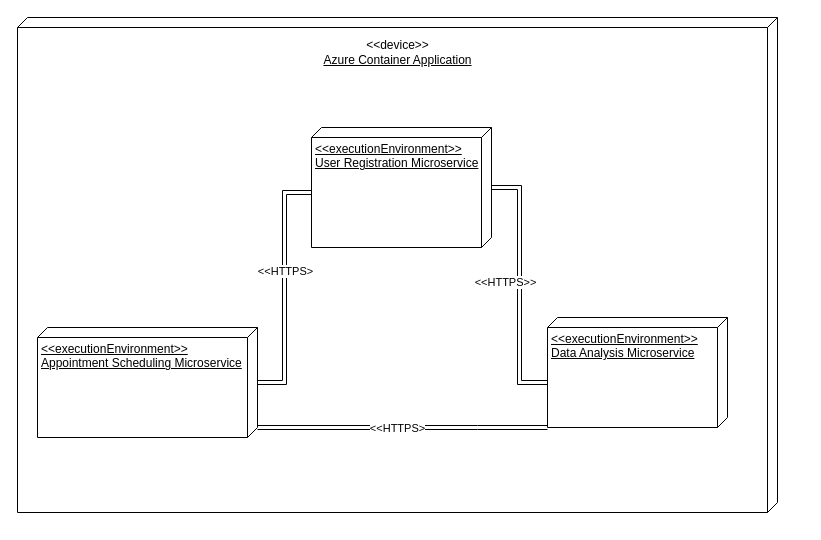
This is milestone-2/Deployment Diagram-2.drawio from uvic-teach/project-m1-team15, a draw.io file, before an edit. Source tidied: cells renumbered, new cells numbered last; positions are measured from the earlier drawing's top-left corner, leaving out a move shared by most shapes. Both pictures are drawn from the tidied source at 100%, with x=0, y=0 at pixel (17, 17).
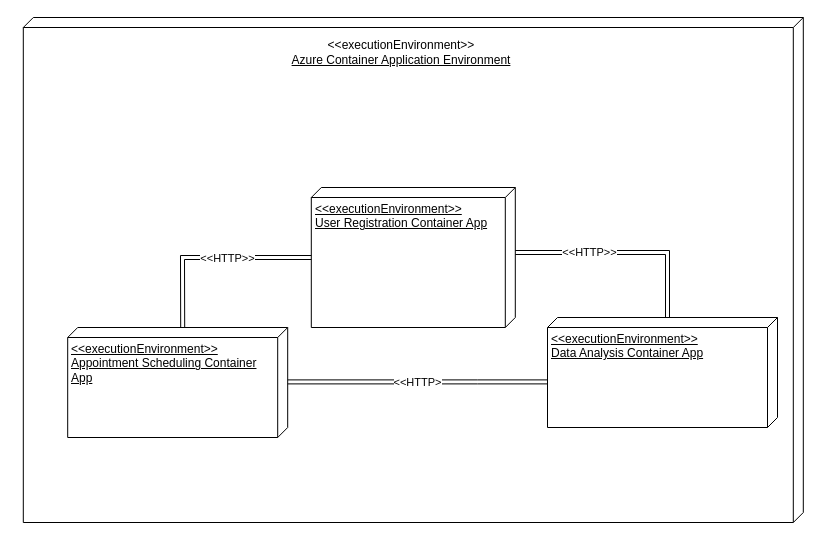
The same page after the edit.

The edit, as a diff of the source:
```diff
@@
 <mxGraphModel>
   <root>
     <mxCell id="0" />
     <mxCell id="1" parent="0" />
     <mxCell id="2" style="verticalAlign=top;align=left;spacingTop=8;spacingLeft=2;spacingRight=12;shape=cube;size=10;direction=south;fontStyle=4;html=1;whiteSpace=wrap;" parent="1" vertex="1">
-      <mxGeometry width="760" height="495" as="geometry" />
+      <mxGeometry x="5.8" width="780" height="505" as="geometry" />
     </mxCell>
-    <mxCell id="3" value="&lt;div style=&quot;&quot;&gt;&lt;span style=&quot;background-color: initial;&quot;&gt;&amp;lt;&amp;lt;executionEnvironment&amp;gt;&amp;gt;&lt;/span&gt;&lt;/div&gt;&lt;div style=&quot;&quot;&gt;&lt;span style=&quot;background-color: initial;&quot;&gt;Appointment Scheduling Microservice&lt;/span&gt;&lt;/div&gt;" style="verticalAlign=top;align=left;spacingTop=8;spacingLeft=2;spacingRight=12;shape=cube;size=10;direction=south;fontStyle=4;html=1;whiteSpace=wrap;" parent="1" vertex="1">
-      <mxGeometry x="20" y="310" width="220" height="110" as="geometry" />
+    <mxCell id="3" value="&lt;div style=&quot;&quot;&gt;&lt;span style=&quot;background-color: initial;&quot;&gt;&amp;lt;&amp;lt;executionEnvironment&amp;gt;&amp;gt;&lt;/span&gt;&lt;/div&gt;&lt;div style=&quot;&quot;&gt;&lt;span style=&quot;background-color: initial;&quot;&gt;Appointment Scheduling Container App&lt;/span&gt;&lt;/div&gt;" style="verticalAlign=top;align=left;spacingTop=8;spacingLeft=2;spacingRight=12;shape=cube;size=10;direction=south;fontStyle=4;html=1;whiteSpace=wrap;" parent="1" vertex="1">
+      <mxGeometry x="50.2" y="310" width="220" height="110" as="geometry" />
     </mxCell>
-    <mxCell id="4" value="&amp;lt;&amp;lt;executionEnvironment&amp;gt;&amp;gt;&lt;br&gt;User Registration Microservice" style="verticalAlign=top;align=left;spacingTop=8;spacingLeft=2;spacingRight=12;shape=cube;size=10;direction=south;fontStyle=4;html=1;whiteSpace=wrap;" parent="1" vertex="1">
-      <mxGeometry x="294" y="110" width="180" height="120" as="geometry" />
+    <mxCell id="4" value="&amp;lt;&amp;lt;executionEnvironment&amp;gt;&amp;gt;&lt;br&gt;User Registration Container App" style="verticalAlign=top;align=left;spacingTop=8;spacingLeft=2;spacingRight=12;shape=cube;size=10;direction=south;fontStyle=4;html=1;whiteSpace=wrap;" parent="1" vertex="1">
+      <mxGeometry x="293.8" y="170" width="204" height="140" as="geometry" />
     </mxCell>
-    <mxCell id="5" value="&amp;lt;&amp;lt;executionEnvironment&amp;gt;&amp;gt;&lt;br&gt;Data Analysis Microservice" style="verticalAlign=top;align=left;spacingTop=8;spacingLeft=2;spacingRight=12;shape=cube;size=10;direction=south;fontStyle=4;html=1;whiteSpace=wrap;" parent="1" vertex="1">
-      <mxGeometry x="530" y="300" width="180" height="110" as="geometry" />
+    <mxCell id="5" value="&amp;lt;&amp;lt;executionEnvironment&amp;gt;&amp;gt;&lt;br&gt;Data Analysis Container App" style="verticalAlign=top;align=left;spacingTop=8;spacingLeft=2;spacingRight=12;shape=cube;size=10;direction=south;fontStyle=4;html=1;whiteSpace=wrap;" parent="1" vertex="1">
+      <mxGeometry x="530" y="300" width="230" height="110" as="geometry" />
     </mxCell>
-    <mxCell id="6" value="&amp;lt;&amp;lt;device&amp;gt;&amp;gt;&lt;br style=&quot;border-color: var(--border-color); text-align: left;&quot;&gt;&lt;span style=&quot;text-align: left; text-decoration-line: underline;&quot;&gt;Azure Container Application&lt;/span&gt;" style="text;html=1;strokeColor=none;fillColor=none;align=center;verticalAlign=middle;whiteSpace=wrap;rounded=0;" parent="1" vertex="1">
-      <mxGeometry x="292.5" y="20" width="175" height="30" as="geometry" />
+    <mxCell id="6" value="&amp;lt;&amp;lt;executionEnvironment&amp;gt;&amp;gt;&lt;br style=&quot;border-color: var(--border-color); text-align: left;&quot;&gt;&lt;span style=&quot;text-align: left; text-decoration-line: underline;&quot;&gt;Azure Container Application Environment&lt;/span&gt;" style="text;html=1;strokeColor=none;fillColor=none;align=center;verticalAlign=middle;whiteSpace=wrap;rounded=0;" parent="1" vertex="1">
+      <mxGeometry x="270.2" y="20" width="227.5" height="30" as="geometry" />
     </mxCell>
-    <mxCell id="7" style="edgeStyle=orthogonalEdgeStyle;rounded=0;jettySize=auto;html=1;entryX=0;entryY=0;entryDx=65;entryDy=180;entryPerimeter=0;shape=link;" parent="1" edge="1" source="3" target="4">
-      <mxGeometry relative="1" as="geometry" />
-    </mxCell>
-    <mxCell id="8" value="&amp;lt;&amp;lt;HTTPS&amp;gt;" style="edgeLabel;html=1;align=center;verticalAlign=middle;" parent="7" vertex="1">
-      <mxGeometry x="-0.31" relative="1" as="geometry">
-        <mxPoint y="-55" as="offset" />
-      </mxGeometry>
-    </mxCell>
-    <mxCell id="9" style="edgeStyle=orthogonalEdgeStyle;rounded=0;jettySize=auto;html=1;entryX=0;entryY=0;entryDx=65;entryDy=180;entryPerimeter=0;shape=link;" parent="1" edge="1" source="4" target="5">
-      <mxGeometry relative="1" as="geometry" />
-    </mxCell>
-    <mxCell id="10" value="&amp;lt;&amp;lt;HTTPS&amp;gt;&amp;gt;" style="edgeLabel;html=1;align=center;verticalAlign=middle;" parent="9" vertex="1">
-      <mxGeometry x="-0.49" y="-2" relative="1" as="geometry">
-        <mxPoint x="-13" y="58" as="offset" />
-      </mxGeometry>
-    </mxCell>
-    <mxCell id="11" style="edgeStyle=orthogonalEdgeStyle;rounded=0;jettySize=auto;html=1;entryX=1;entryY=1;entryDx=0;entryDy=0;entryPerimeter=0;shape=link;exitX=0;exitY=0;exitDx=100;exitDy=0;exitPerimeter=0;" parent="1" edge="1" source="3" target="5">
+    <mxCell id="11" style="edgeStyle=orthogonalEdgeStyle;rounded=0;orthogonalLoop=1;jettySize=auto;html=1;entryX=1;entryY=1;entryDx=0;entryDy=0;entryPerimeter=0;shape=link;exitX=0;exitY=0;exitDx=100;exitDy=0;exitPerimeter=0;" parent="1" edge="1">
       <mxGeometry relative="1" as="geometry">
+        <mxPoint x="270.2" y="364.4" as="sourcePoint" />
+        <mxPoint x="530" y="364.4" as="targetPoint" />
         <Array as="points">
-          <mxPoint x="460" y="410" />
-          <mxPoint x="460" y="410" />
+          <mxPoint x="460" y="364.4" />
+          <mxPoint x="460" y="364.4" />
         </Array>
       </mxGeometry>
     </mxCell>
-    <mxCell id="12" value="&amp;lt;&amp;lt;HTTPS&amp;gt;" style="edgeLabel;html=1;align=center;verticalAlign=middle;" parent="11" vertex="1">
+    <mxCell id="12" value="&amp;lt;&amp;lt;HTTP&amp;gt;" style="edgeLabel;html=1;align=center;verticalAlign=middle;" parent="11" vertex="1">
       <mxGeometry x="-0.31" relative="1" as="geometry">
         <mxPoint x="39" as="offset" />
       </mxGeometry>
     </mxCell>
+    <mxCell id="13" style="endArrow=none;html=1;rounded=0;shape=link;exitX=0;exitY=0;exitDx=0;exitDy=105;exitPerimeter=0;" parent="1" edge="1" source="3">
+      <mxGeometry relative="1" as="geometry">
+        <mxPoint x="293.8" y="240" as="targetPoint" />
+        <Array as="points">
+          <mxPoint x="165" y="240" />
+        </Array>
+      </mxGeometry>
+    </mxCell>
+    <mxCell id="14" value="&amp;lt;&amp;lt;HTTP&amp;gt;&amp;gt;" style="edgeLabel;html=1;align=center;verticalAlign=middle;" parent="13" vertex="1">
+      <mxGeometry x="0.06" y="-1" relative="1" as="geometry">
+        <mxPoint x="10" y="-1" as="offset" />
+      </mxGeometry>
+    </mxCell>
+    <mxCell id="9" style="endArrow=none;html=1;rounded=0;exitX=0;exitY=0;exitDx=65;exitDy=0;exitPerimeter=0;entryX=0;entryY=0;entryDx=0;entryDy=110;entryPerimeter=0;shape=link;" parent="1" edge="1" source="4" target="5">
+      <mxGeometry relative="1" as="geometry">
+        <Array as="points">
+          <mxPoint x="650" y="235" />
+        </Array>
+      </mxGeometry>
+    </mxCell>
+    <mxCell id="15" value="&amp;lt;&amp;lt;HTTP&amp;gt;&amp;gt;" style="edgeLabel;html=1;align=center;verticalAlign=middle;" parent="9" vertex="1">
+      <mxGeometry x="-0.32" y="1" relative="1" as="geometry" />
+    </mxCell>
   </root>
 </mxGraphModel>
```
